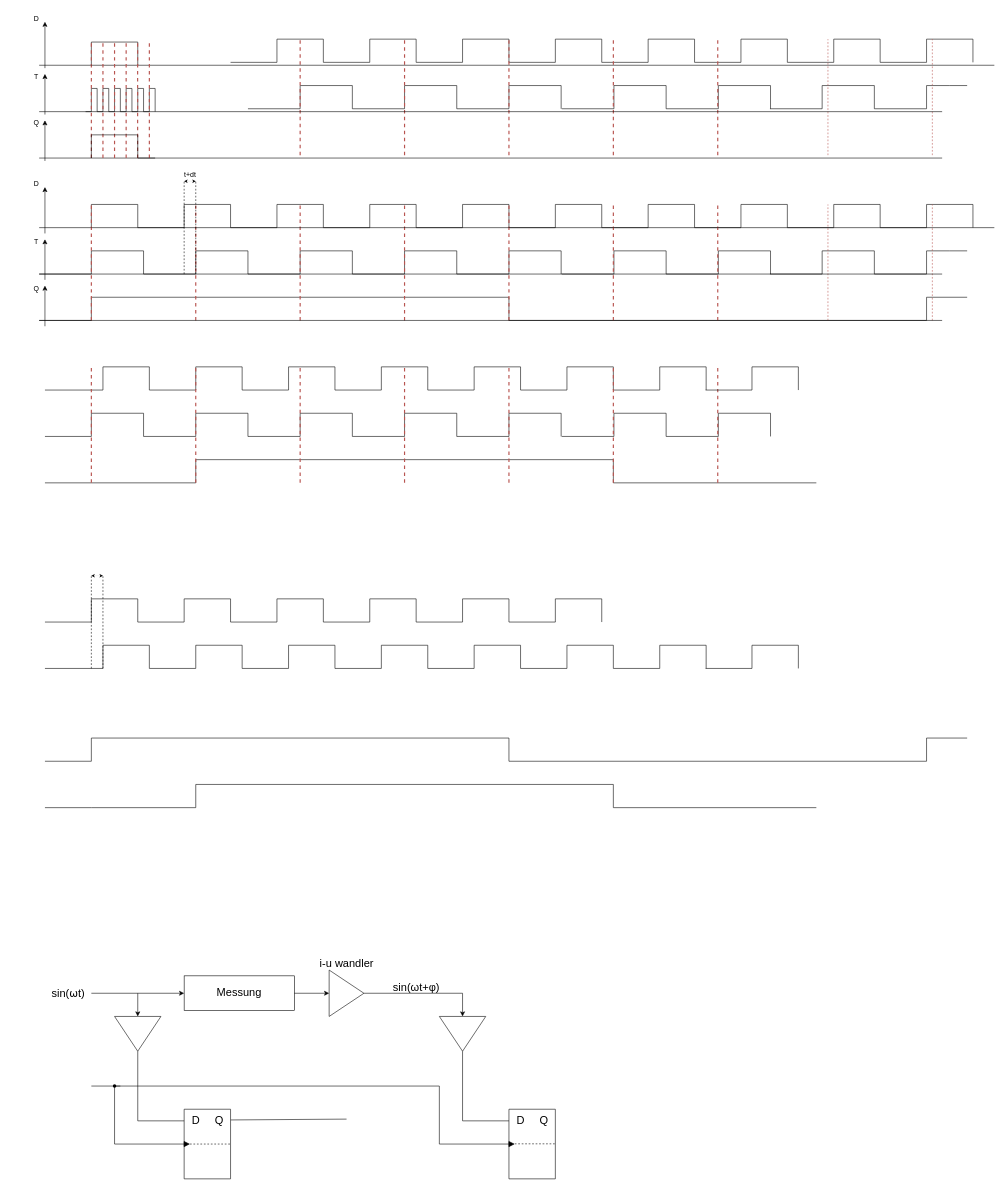
The draw.io diagram Unbenanntes Diagramm.drawio in reinlten/TPA_Kolb, before the edit. Source tidied: cells renumbered, new cells numbered last; positions are measured from the earlier drawing's top-left corner, leaving out a move shared by most shapes. Both pictures are drawn from the tidied source at 58%, with x=0, y=0 at pixel (27, 10).
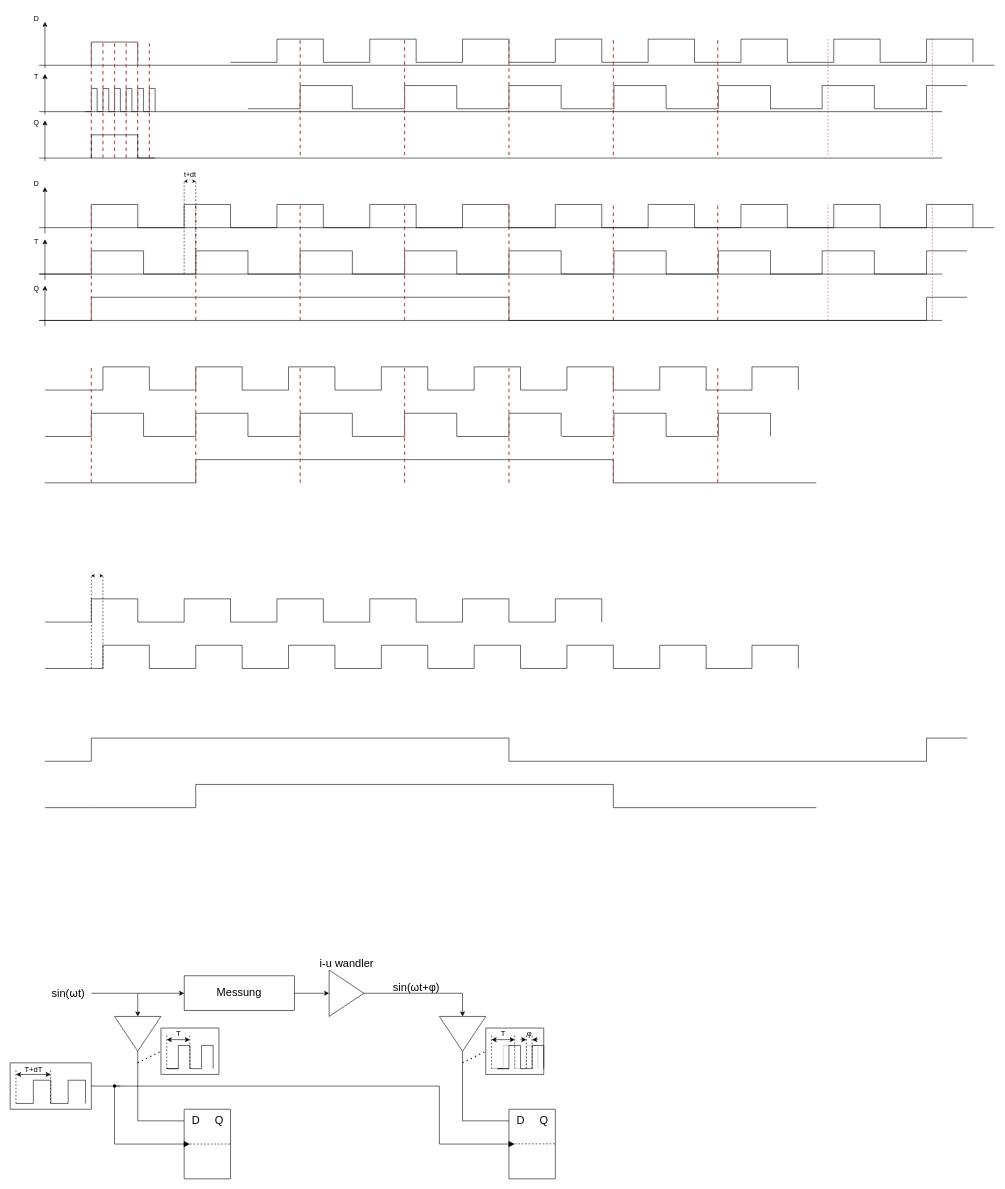
The same page after the edit.

Unchanged cells that the change refers to:
```xml
<mxCell id="99" value="Q" style="text;html=1;align=center;verticalAlign=middle;points=[];strokeColor=none;fillColor=none;fontSize=19;" parent="97" vertex="1">
  <mxGeometry x="40" width="40" height="40" as="geometry" />
</mxCell>
```

What changed in the source:
```diff
@@
-    <mxCell id="115" style="endArrow=none;html=1;rounded=0;fontSize=19;fontColor=#000000;exitX=1.011;exitY=0.461;exitDx=0;exitDy=0;exitPerimeter=0;" parent="1" edge="1" source="99">
-      <mxGeometry relative="1" as="geometry">
-        <mxPoint x="550" y="1912" as="targetPoint" />
-      </mxGeometry>
-    </mxCell>
@@
+    <mxCell id="161" style="swimlane;startSize=0;fontSize=19;fontColor=#000000;" parent="1" vertex="1">
+      <mxGeometry x="230" y="1755" width="100" height="80" as="geometry" />
+    </mxCell>
+    <mxCell id="162" style="endArrow=none;html=1;rounded=0;fontSize=19;fontColor=#000000;" parent="161" edge="1">
+      <mxGeometry relative="1" as="geometry">
+        <mxPoint x="30" y="70" as="sourcePoint" />
+        <mxPoint x="90" y="70" as="targetPoint" />
+        <Array as="points">
+          <mxPoint x="10" y="70" />
+          <mxPoint x="30" y="70" />
+          <mxPoint x="30" y="30" />
+          <mxPoint x="50" y="30" />
+          <mxPoint x="50" y="70" />
+          <mxPoint x="70" y="70" />
+          <mxPoint x="70" y="30" />
+          <mxPoint x="90" y="30" />
+          <mxPoint x="90" y="70" />
+        </Array>
+      </mxGeometry>
+    </mxCell>
+    <mxCell id="163" style="endArrow=none;dashed=1;html=1;rounded=0;fontSize=19;fontColor=#000000;" parent="161" edge="1">
+      <mxGeometry relative="1" as="geometry">
+        <mxPoint x="49.8" y="70" as="sourcePoint" />
+        <mxPoint x="49.8" y="10" as="targetPoint" />
+      </mxGeometry>
+    </mxCell>
+    <mxCell id="164" style="endArrow=none;dashed=1;html=1;rounded=0;fontSize=19;fontColor=#000000;" parent="161" edge="1">
+      <mxGeometry relative="1" as="geometry">
+        <mxPoint x="10" y="70" as="sourcePoint" />
+        <mxPoint x="10" y="10" as="targetPoint" />
+      </mxGeometry>
+    </mxCell>
+    <mxCell id="165" style="endArrow=classic;startArrow=classic;html=1;rounded=0;fontSize=19;fontColor=#000000;" parent="161" edge="1">
+      <mxGeometry relative="1" as="geometry">
+        <mxPoint x="10" y="20" as="sourcePoint" />
+        <mxPoint x="50" y="20" as="targetPoint" />
+      </mxGeometry>
+    </mxCell>
+    <mxCell id="166" style="swimlane;startSize=0;fontSize=13;fontColor=#000000;" parent="1" vertex="1">
+      <mxGeometry x="-30" y="1815" width="140" height="80" as="geometry" />
+    </mxCell>
+    <mxCell id="167" style="endArrow=none;html=1;rounded=0;fontSize=13;fontColor=#000000;" parent="166" edge="1">
+      <mxGeometry relative="1" as="geometry">
+        <mxPoint x="10" y="70" as="sourcePoint" />
+        <mxPoint x="70" y="70" as="targetPoint" />
+        <Array as="points">
+          <mxPoint x="40" y="70" />
+          <mxPoint x="40" y="30" />
+          <mxPoint x="70" y="30" />
+        </Array>
+      </mxGeometry>
+    </mxCell>
+    <mxCell id="168" style="endArrow=none;dashed=1;html=1;rounded=0;fontSize=19;fontColor=#000000;" parent="166" edge="1">
+      <mxGeometry relative="1" as="geometry">
+        <mxPoint x="10" y="70" as="sourcePoint" />
+        <mxPoint x="10" y="10" as="targetPoint" />
+      </mxGeometry>
+    </mxCell>
+    <mxCell id="169" style="endArrow=none;dashed=1;html=1;rounded=0;fontSize=19;fontColor=#000000;" parent="166" edge="1">
+      <mxGeometry relative="1" as="geometry">
+        <mxPoint x="69.8" y="70" as="sourcePoint" />
+        <mxPoint x="69.8" y="10" as="targetPoint" />
+      </mxGeometry>
+    </mxCell>
+    <mxCell id="170" style="endArrow=classic;startArrow=classic;html=1;rounded=0;fontSize=19;fontColor=#000000;" parent="166" edge="1">
+      <mxGeometry relative="1" as="geometry">
+        <mxPoint x="10" y="20" as="sourcePoint" />
+        <mxPoint x="70" y="20" as="targetPoint" />
+      </mxGeometry>
+    </mxCell>
+    <mxCell id="171" style="endArrow=none;html=1;rounded=0;fontSize=13;fontColor=#000000;" parent="166" edge="1">
+      <mxGeometry relative="1" as="geometry">
+        <mxPoint x="70" y="70" as="sourcePoint" />
+        <mxPoint x="130" y="70" as="targetPoint" />
+        <Array as="points">
+          <mxPoint x="100" y="70" />
+          <mxPoint x="100" y="30" />
+          <mxPoint x="130" y="30" />
+        </Array>
+      </mxGeometry>
+    </mxCell>
+    <mxCell id="172" value="&lt;font style=&quot;font-size: 13px;&quot;&gt;T+dT&lt;/font&gt;" style="text;html=1;align=center;verticalAlign=middle;strokeColor=none;fillColor=none;fontSize=19;fontColor=#000000;" parent="166" vertex="1">
+      <mxGeometry x="15" y="-10" width="50" height="40" as="geometry" />
+    </mxCell>
+    <mxCell id="173" style="swimlane;startSize=0;fontSize=19;fontColor=#000000;" parent="1" vertex="1">
+      <mxGeometry x="790" y="1755" width="100" height="80" as="geometry" />
+    </mxCell>
+    <mxCell id="174" style="endArrow=none;dashed=1;html=1;rounded=0;fontSize=19;fontColor=#000000;" parent="173" edge="1">
+      <mxGeometry relative="1" as="geometry">
+        <mxPoint x="49.8" y="70" as="sourcePoint" />
+        <mxPoint x="49.8" y="10" as="targetPoint" />
+      </mxGeometry>
+    </mxCell>
+    <mxCell id="175" style="endArrow=none;dashed=1;html=1;rounded=0;fontSize=19;fontColor=#000000;" parent="173" edge="1">
+      <mxGeometry relative="1" as="geometry">
+        <mxPoint x="10" y="70" as="sourcePoint" />
+        <mxPoint x="10" y="10" as="targetPoint" />
+      </mxGeometry>
+    </mxCell>
+    <mxCell id="176" style="endArrow=classic;startArrow=classic;html=1;rounded=0;fontSize=19;fontColor=#000000;" parent="173" edge="1">
+      <mxGeometry relative="1" as="geometry">
+        <mxPoint x="10" y="20" as="sourcePoint" />
+        <mxPoint x="50" y="20" as="targetPoint" />
+      </mxGeometry>
+    </mxCell>
+    <mxCell id="177" style="endArrow=none;html=1;rounded=0;fontSize=19;fontColor=#000000;strokeColor=#B3B3B3;" parent="173" edge="1">
+      <mxGeometry relative="1" as="geometry">
+        <mxPoint x="30" y="70" as="sourcePoint" />
+        <mxPoint x="90" y="70" as="targetPoint" />
+        <Array as="points">
+          <mxPoint x="10" y="70" />
+          <mxPoint x="30" y="70" />
+          <mxPoint x="30" y="30" />
+          <mxPoint x="50" y="30" />
+          <mxPoint x="50" y="70" />
+          <mxPoint x="70" y="70" />
+          <mxPoint x="70" y="30" />
+          <mxPoint x="90" y="30" />
+          <mxPoint x="90" y="70" />
+        </Array>
+      </mxGeometry>
+    </mxCell>
+    <mxCell id="178" style="endArrow=none;html=1;rounded=0;fontSize=19;fontColor=#000000;" parent="173" edge="1">
+      <mxGeometry relative="1" as="geometry">
+        <mxPoint x="40" y="70" as="sourcePoint" />
+        <mxPoint x="100" y="70" as="targetPoint" />
+        <Array as="points">
+          <mxPoint x="20" y="70" />
+          <mxPoint x="40" y="70" />
+          <mxPoint x="40" y="30" />
+          <mxPoint x="60" y="30" />
+          <mxPoint x="60" y="70" />
+          <mxPoint x="80" y="70" />
+          <mxPoint x="80" y="30" />
+          <mxPoint x="100" y="30" />
+          <mxPoint x="100" y="70" />
+        </Array>
+      </mxGeometry>
+    </mxCell>
+    <mxCell id="179" style="endArrow=none;dashed=1;html=1;rounded=0;fontSize=19;fontColor=#000000;" parent="173" edge="1">
+      <mxGeometry relative="1" as="geometry">
+        <mxPoint x="70" y="70" as="sourcePoint" />
+        <mxPoint x="70" y="10" as="targetPoint" />
+      </mxGeometry>
+    </mxCell>
+    <mxCell id="180" style="endArrow=none;dashed=1;html=1;rounded=0;fontSize=19;fontColor=#000000;" parent="173" edge="1">
+      <mxGeometry relative="1" as="geometry">
+        <mxPoint x="80" y="70" as="sourcePoint" />
+        <mxPoint x="80" y="10" as="targetPoint" />
+      </mxGeometry>
+    </mxCell>
+    <mxCell id="181" value="&lt;p style=&quot;line-height: 120%;&quot;&gt;φ&lt;/p&gt;" style="text;html=1;align=center;verticalAlign=middle;strokeColor=none;fillColor=none;fontSize=13;fontColor=#000000;" parent="173" vertex="1">
+      <mxGeometry x="60" y="-20" width="30" height="60" as="geometry" />
+    </mxCell>
+    <mxCell id="182" value="T" style="text;html=1;align=center;verticalAlign=middle;strokeColor=none;fillColor=none;fontSize=13;fontColor=#000000;" parent="1" vertex="1">
+      <mxGeometry x="245" y="1750" width="30" height="30" as="geometry" />
+    </mxCell>
+    <mxCell id="183" value="T" style="text;html=1;align=center;verticalAlign=middle;strokeColor=none;fillColor=none;fontSize=13;fontColor=#000000;" parent="1" vertex="1">
+      <mxGeometry x="805" y="1750" width="30" height="30" as="geometry" />
+    </mxCell>
+    <mxCell id="184" style="endArrow=classic;html=1;rounded=0;strokeColor=#000000;fontSize=13;fontColor=#000000;" parent="1" edge="1">
+      <mxGeometry relative="1" as="geometry">
+        <mxPoint x="850" y="1775" as="sourcePoint" />
+        <mxPoint x="860" y="1775" as="targetPoint" />
+      </mxGeometry>
+    </mxCell>
+    <mxCell id="185" style="endArrow=classic;html=1;rounded=0;strokeColor=#000000;fontSize=13;fontColor=#000000;" parent="1" edge="1">
+      <mxGeometry relative="1" as="geometry">
+        <mxPoint x="880" y="1775" as="sourcePoint" />
+        <mxPoint x="870" y="1775" as="targetPoint" />
+      </mxGeometry>
+    </mxCell>
+    <mxCell id="186" style="endArrow=none;dashed=1;html=1;dashPattern=1 3;strokeWidth=2;rounded=0;strokeColor=#000000;fontSize=13;fontColor=#000000;entryX=0;entryY=0.5;entryDx=0;entryDy=0;" parent="1" edge="1" target="161">
+      <mxGeometry relative="1" as="geometry">
+        <mxPoint x="190" y="1815" as="sourcePoint" />
+      </mxGeometry>
+    </mxCell>
+    <mxCell id="187" style="endArrow=none;dashed=1;html=1;dashPattern=1 3;strokeWidth=2;rounded=0;strokeColor=#000000;fontSize=13;fontColor=#000000;entryX=0;entryY=0.5;entryDx=0;entryDy=0;" parent="1" edge="1">
+      <mxGeometry relative="1" as="geometry">
+        <mxPoint x="750" y="1815" as="sourcePoint" />
+        <mxPoint x="790" y="1795" as="targetPoint" />
+      </mxGeometry>
+    </mxCell>
```
